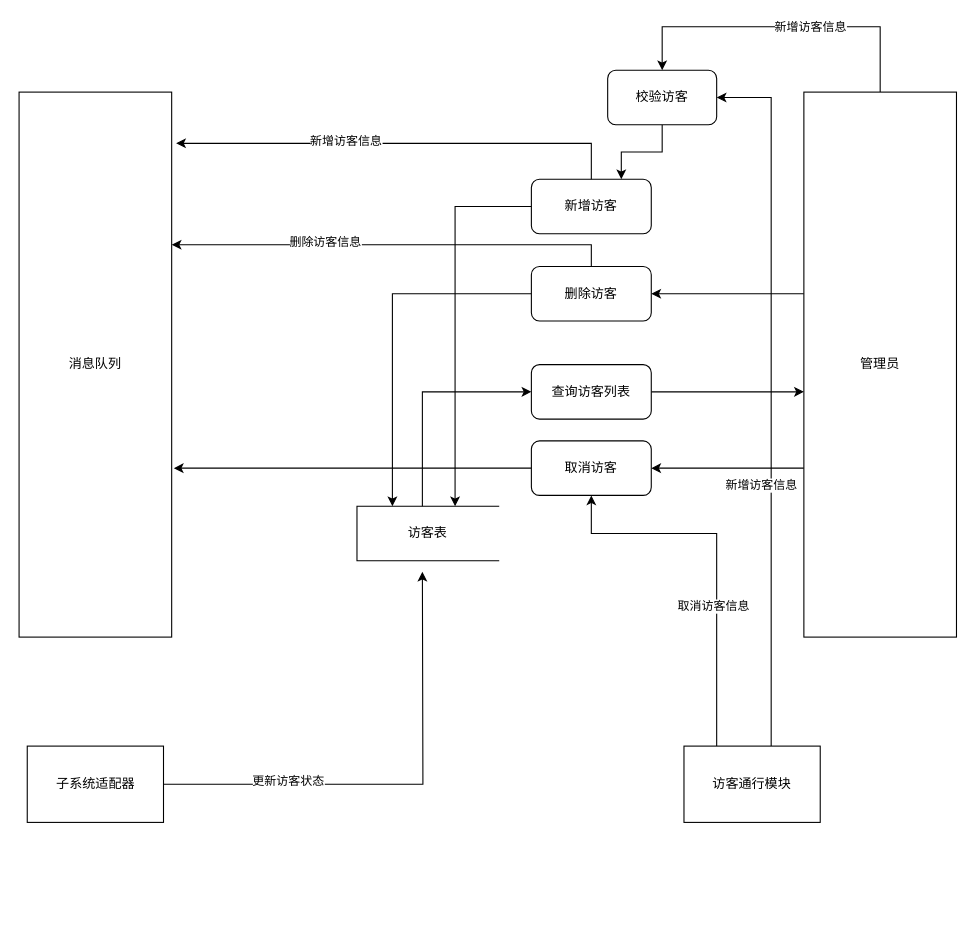
Earlier version of the draw.io diagram 访客管理.drawio (Alger-g/diagrams). Source tidied: cells renumbered, new cells numbered last; positions are measured from the earlier drawing's top-left corner, leaving out a move shared by most shapes. Both pictures are drawn from the tidied source at 109%, with x=0, y=0 at pixel (19, 26).
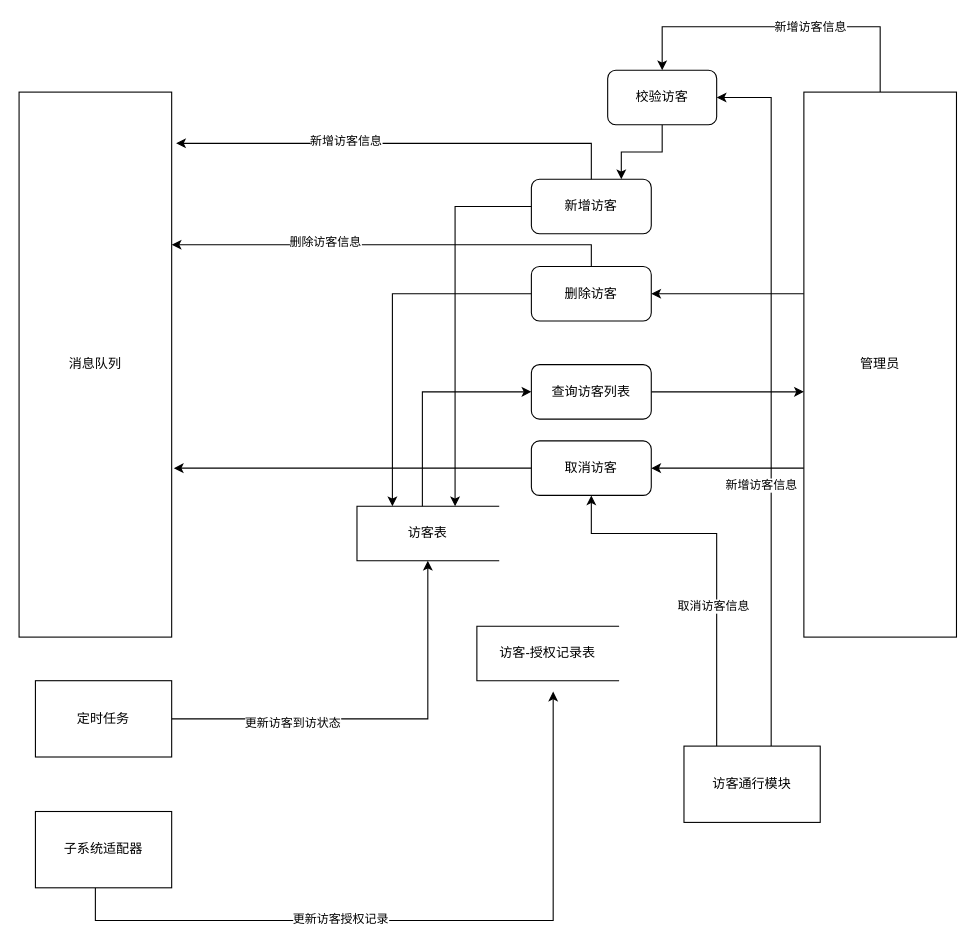
After the change.

Commit message:
更新访客管理.drawio

Unchanged cells that the change refers to:
```xml
<mxCell id="3" value="访客表" style="shape=partialRectangle;whiteSpace=wrap;html=1;bottom=1;right=1;left=1;top=0;fillColor=none;routingCenterX=-0.5;direction=south;" parent="1" vertex="1">
  <mxGeometry x="310" y="440" width="130" height="50" as="geometry" />
</mxCell>
```

What changed in the source:
```diff
@@
-    <mxCell id="22" style="edgeStyle=orthogonalEdgeStyle;rounded=0;jettySize=auto;html=1;" parent="1" edge="1" source="24">
-      <mxGeometry relative="1" as="geometry">
-        <mxPoint x="370" y="500" as="targetPoint" />
-      </mxGeometry>
-    </mxCell>
-    <mxCell id="23" value="更新访客状态" style="edgeLabel;html=1;align=center;verticalAlign=middle;" parent="22" vertex="1">
-      <mxGeometry x="-0.48" y="4" relative="1" as="geometry">
-        <mxPoint x="1" as="offset" />
-      </mxGeometry>
-    </mxCell>
+    <mxCell id="32" style="edgeStyle=orthogonalEdgeStyle;rounded=0;jettySize=auto;html=1;" parent="1" edge="1" source="24">
+      <mxGeometry relative="1" as="geometry">
+        <mxPoint x="490" y="610" as="targetPoint" />
+        <Array as="points">
+          <mxPoint x="70" y="820" />
+          <mxPoint x="490" y="820" />
+        </Array>
+      </mxGeometry>
+    </mxCell>
+    <mxCell id="33" value="更新访客授权记录" style="edgeLabel;html=1;align=center;verticalAlign=middle;" parent="32" vertex="1">
+      <mxGeometry x="-0.23" y="2" relative="1" as="geometry" />
+    </mxCell>
     <mxCell id="24" value="子系统适配器" style="rounded=0;whiteSpace=wrap;html=1;" parent="1" vertex="1">
-      <mxGeometry x="7.5" y="660" width="125" height="70" as="geometry" />
+      <mxGeometry x="15" y="720" width="125" height="70" as="geometry" />
     </mxCell>
@@
+    <mxCell id="34" value="访客-授权记录表" style="shape=partialRectangle;whiteSpace=wrap;html=1;bottom=1;right=1;left=1;top=0;fillColor=none;routingCenterX=-0.5;direction=south;" parent="1" vertex="1">
+      <mxGeometry x="420" y="550" width="130" height="50" as="geometry" />
+    </mxCell>
+    <mxCell id="35" style="edgeStyle=orthogonalEdgeStyle;rounded=0;jettySize=auto;html=1;entryX=1;entryY=0.5;entryDx=0;entryDy=0;" parent="1" edge="1" source="37" target="3">
+      <mxGeometry relative="1" as="geometry" />
+    </mxCell>
+    <mxCell id="36" value="更新访客到访状态" style="edgeLabel;html=1;align=center;verticalAlign=middle;" parent="35" vertex="1">
+      <mxGeometry x="-0.42" y="-3" relative="1" as="geometry" />
+    </mxCell>
+    <mxCell id="37" value="定时任务" style="rounded=0;whiteSpace=wrap;html=1;" parent="1" vertex="1">
+      <mxGeometry x="15" y="600" width="125" height="70" as="geometry" />
+    </mxCell>
```
